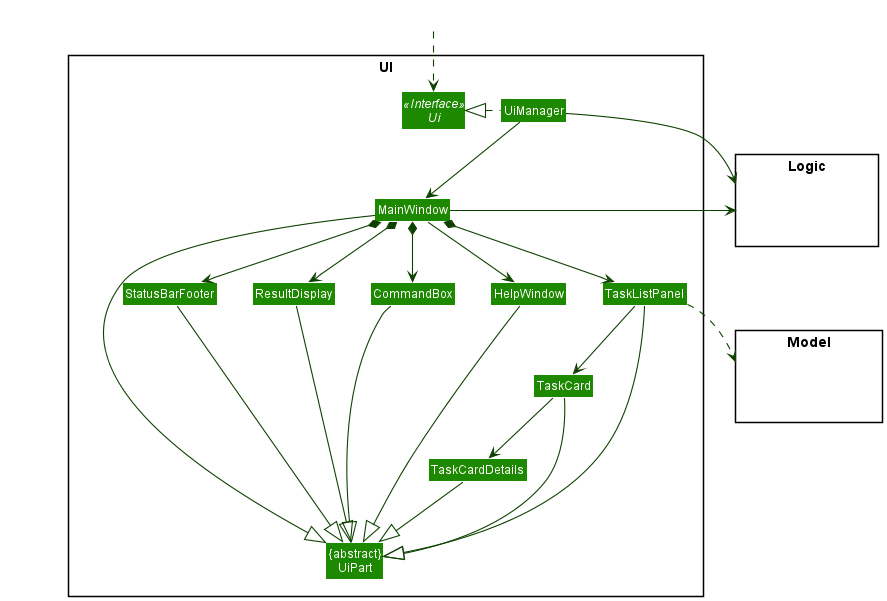
Above: docs/images/UiClassDiagram.png in nus-cs2103-AY2021S2/tp (PlantUML), before the change.
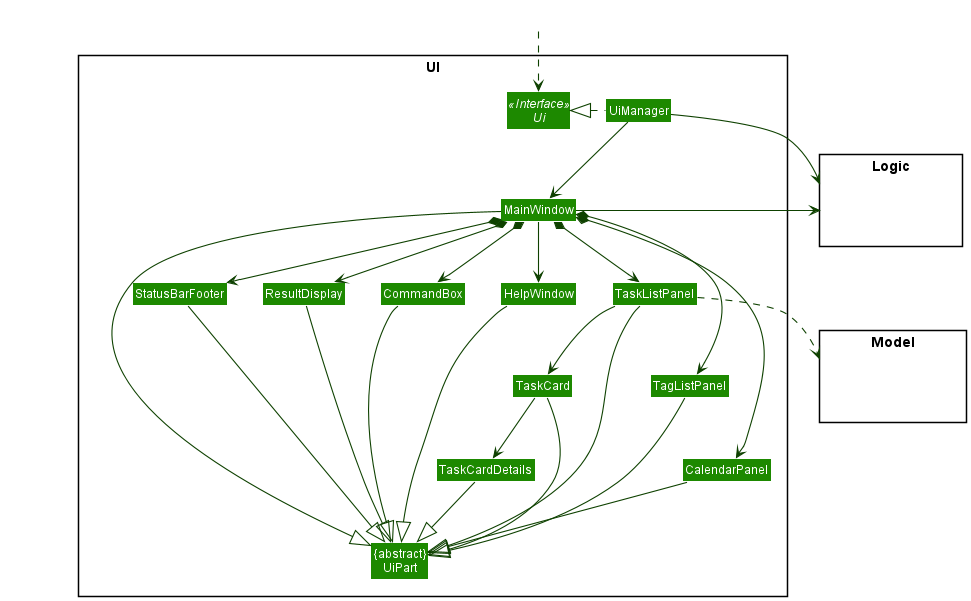
Above is the later version.

Change to the diagram source:
```diff
@@ -16,6 +16,8 @@
 Class TaskCardDetails
 Class StatusBarFooter
 Class CommandBox
+Class TagListPanel
+Class CalendarPanel
 }
 
 package Model <<Rectangle>> {
@@ -31,14 +33,16 @@
 
 UiManager .left.|> Ui
 UiManager -down-> MainWindow
-MainWindow --> HelpWindow
+MainWindow -down-> HelpWindow
 MainWindow *-down-> CommandBox
 MainWindow *-down-> ResultDisplay
-MainWindow *-down-> TaskListPanel
+MainWindow *-down-> TagListPanel
+MainWindow *-down-> CalendarPanel
 MainWindow *-down-> StatusBarFooter
+MainWindow *-left-> TaskListPanel
 
-TaskListPanel -down-> TaskCard
-TaskCard -down-> TaskCardDetails
+TaskListPanel --> TaskCard
+TaskCard --> TaskCardDetails
 
 MainWindow -left-|> UiPart
 
@@ -49,6 +53,8 @@
 TaskCardDetails --|> UiPart
 StatusBarFooter --|> UiPart
 HelpWindow -down-|> UiPart
+TagListPanel --|> UiPart
+CalendarPanel --|> UiPart
 
 TaskListPanel ..> Model
 UiManager -right-> Logic
```
